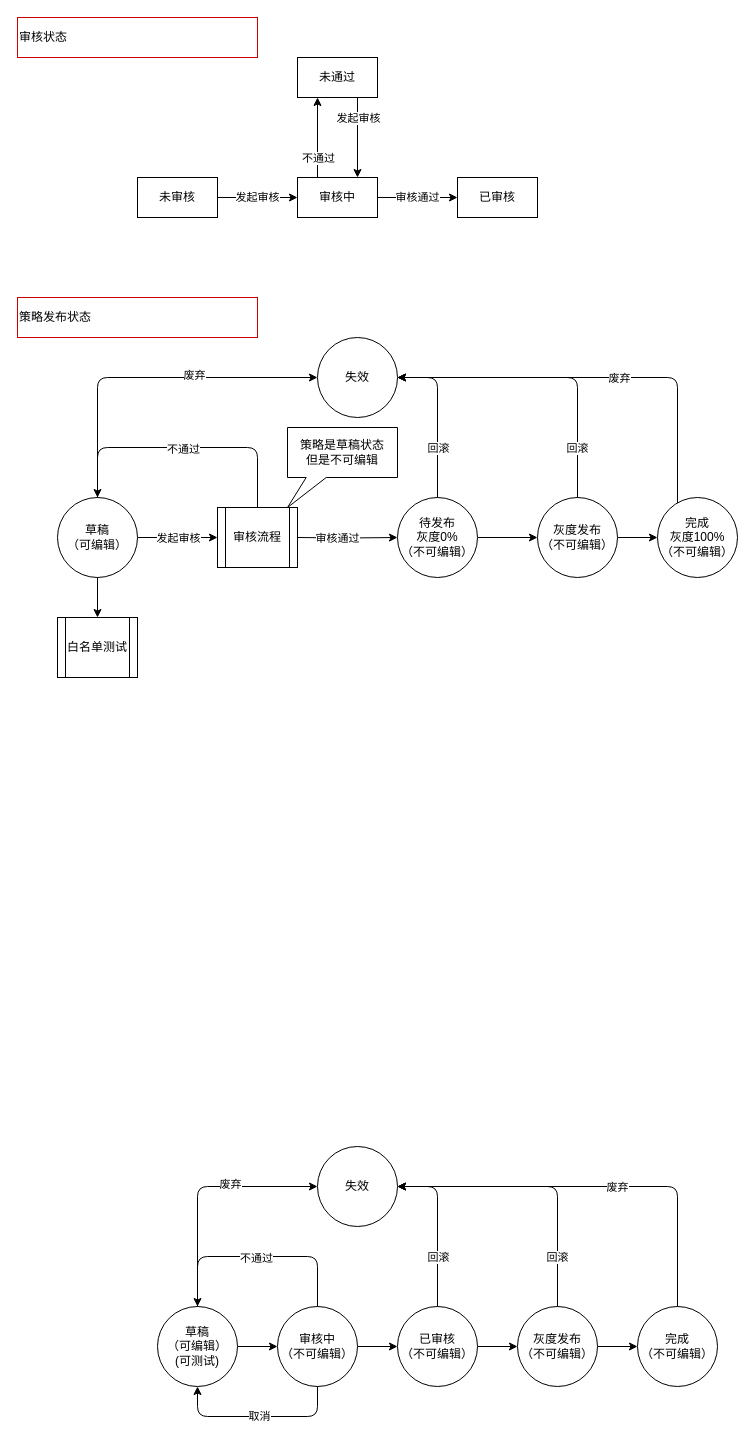
Before: Untitled Diagram.drawio in Wang-Jun-Chao/diagrams, a draw.io diagram. Source tidied: cells renumbered, new cells numbered last; positions are measured from the earlier drawing's top-left corner, leaving out a move shared by most shapes. Both pictures are drawn from the tidied source at 100%, with x=0, y=0 at pixel (17, 17).
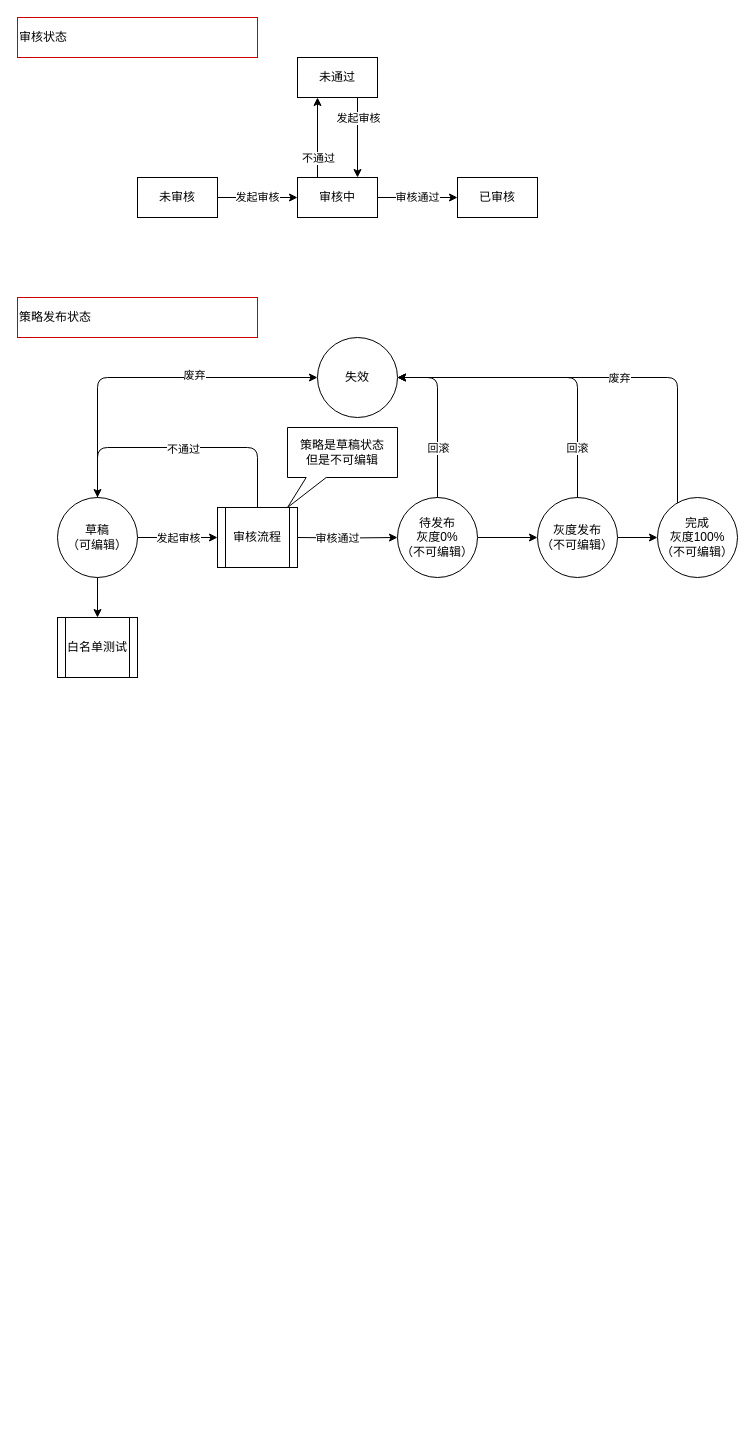
After the change.

The edit, as a diff of the source:
```diff
@@
-    <mxCell id="28" style="edgeStyle=orthogonalEdgeStyle;rounded=0;jettySize=auto;html=1;" parent="1" edge="1" source="29" target="31">
-      <mxGeometry relative="1" as="geometry" />
-    </mxCell>
-    <mxCell id="29" value="草稿&lt;br&gt;（可编辑）&lt;br&gt;(可测试)" style="ellipse;whiteSpace=wrap;html=1;" parent="1" vertex="1">
-      <mxGeometry x="140" y="1289" width="80" height="80" as="geometry" />
-    </mxCell>
-    <mxCell id="30" style="edgeStyle=orthogonalEdgeStyle;rounded=0;jettySize=auto;html=1;" parent="1" edge="1" source="31" target="33">
-      <mxGeometry relative="1" as="geometry" />
-    </mxCell>
-    <mxCell id="31" value="审核中&lt;br&gt;（不可编辑）" style="ellipse;whiteSpace=wrap;html=1;" parent="1" vertex="1">
-      <mxGeometry x="260" y="1289" width="80" height="80" as="geometry" />
-    </mxCell>
-    <mxCell id="32" style="edgeStyle=orthogonalEdgeStyle;rounded=0;jettySize=auto;html=1;" parent="1" edge="1" source="33" target="35">
-      <mxGeometry relative="1" as="geometry" />
-    </mxCell>
-    <mxCell id="33" value="已审核&lt;br&gt;（不可编辑）" style="ellipse;whiteSpace=wrap;html=1;" parent="1" vertex="1">
-      <mxGeometry x="380" y="1289" width="80" height="80" as="geometry" />
-    </mxCell>
-    <mxCell id="34" style="edgeStyle=orthogonalEdgeStyle;rounded=0;jettySize=auto;html=1;" parent="1" edge="1" source="35" target="36">
-      <mxGeometry relative="1" as="geometry" />
-    </mxCell>
-    <mxCell id="35" value="灰度发布&lt;br&gt;（不可编辑）" style="ellipse;whiteSpace=wrap;html=1;" parent="1" vertex="1">
-      <mxGeometry x="500" y="1289" width="80" height="80" as="geometry" />
-    </mxCell>
-    <mxCell id="36" value="完成&lt;br&gt;（不可编辑）" style="ellipse;whiteSpace=wrap;html=1;" parent="1" vertex="1">
-      <mxGeometry x="620" y="1289" width="80" height="80" as="geometry" />
-    </mxCell>
-    <mxCell id="37" value="失效" style="ellipse;whiteSpace=wrap;html=1;" parent="1" vertex="1">
-      <mxGeometry x="300" y="1129" width="80" height="80" as="geometry" />
-    </mxCell>
-    <mxCell id="38" style="endArrow=classic;html=1;edgeStyle=orthogonalEdgeStyle;entryX=0;entryY=0.5;entryDx=0;entryDy=0;exitX=0.5;exitY=0;exitDx=0;exitDy=0;" parent="1" edge="1" source="29" target="37">
-      <mxGeometry relative="1" as="geometry">
-        <Array as="points">
-          <mxPoint x="180" y="1169" />
-        </Array>
-      </mxGeometry>
-    </mxCell>
-    <mxCell id="39" value="废弃" style="edgeLabel;html=1;align=center;verticalAlign=middle;" parent="38" vertex="1">
-      <mxGeometry x="0.27" y="3" relative="1" as="geometry" />
-    </mxCell>
-    <mxCell id="40" style="endArrow=classic;html=1;entryX=1;entryY=0.5;entryDx=0;entryDy=0;edgeStyle=orthogonalEdgeStyle;" parent="1" edge="1" source="36" target="37">
-      <mxGeometry relative="1" as="geometry">
-        <Array as="points">
-          <mxPoint x="660" y="1169" />
-        </Array>
-      </mxGeometry>
-    </mxCell>
-    <mxCell id="41" value="废弃" style="edgeLabel;html=1;align=center;verticalAlign=middle;" parent="40" vertex="1">
-      <mxGeometry x="0.14" relative="1" as="geometry">
-        <mxPoint x="47" as="offset" />
-      </mxGeometry>
-    </mxCell>
-    <mxCell id="42" style="endArrow=classic;html=1;edgeStyle=orthogonalEdgeStyle;exitX=0.5;exitY=0;exitDx=0;exitDy=0;" parent="1" edge="1">
-      <mxGeometry relative="1" as="geometry">
-        <mxPoint x="300" y="1289" as="sourcePoint" />
-        <mxPoint x="180" y="1289" as="targetPoint" />
-        <Array as="points">
-          <mxPoint x="300" y="1239" />
-          <mxPoint x="180" y="1239" />
-        </Array>
-      </mxGeometry>
-    </mxCell>
-    <mxCell id="43" value="不通过" style="edgeLabel;html=1;align=center;verticalAlign=middle;" parent="42" vertex="1">
-      <mxGeometry x="0.02" y="1" relative="1" as="geometry" />
-    </mxCell>
-    <mxCell id="44" style="endArrow=classic;html=1;edgeStyle=orthogonalEdgeStyle;entryX=1;entryY=0.5;entryDx=0;entryDy=0;" parent="1" edge="1" target="37">
-      <mxGeometry relative="1" as="geometry">
-        <mxPoint x="540" y="1289" as="sourcePoint" />
-        <Array as="points">
-          <mxPoint x="540" y="1169" />
-        </Array>
-      </mxGeometry>
-    </mxCell>
-    <mxCell id="45" value="回滚" style="edgeLabel;html=1;align=center;verticalAlign=middle;" parent="44" vertex="1">
-      <mxGeometry x="-0.03" y="2" relative="1" as="geometry">
-        <mxPoint x="15" y="68" as="offset" />
-      </mxGeometry>
-    </mxCell>
-    <mxCell id="46" style="endArrow=classic;html=1;entryX=0.5;entryY=1;entryDx=0;entryDy=0;edgeStyle=orthogonalEdgeStyle;" parent="1" edge="1" target="29">
-      <mxGeometry relative="1" as="geometry">
-        <mxPoint x="300" y="1369" as="sourcePoint" />
-        <Array as="points">
-          <mxPoint x="300" y="1399" />
-          <mxPoint x="180" y="1399" />
-        </Array>
-      </mxGeometry>
-    </mxCell>
-    <mxCell id="47" value="取消" style="edgeLabel;html=1;align=center;verticalAlign=middle;" parent="46" vertex="1">
-      <mxGeometry x="-0.01" y="-1" relative="1" as="geometry" />
-    </mxCell>
-    <mxCell id="48" style="endArrow=classic;html=1;edgeStyle=orthogonalEdgeStyle;entryX=1;entryY=0.5;entryDx=0;entryDy=0;" parent="1" edge="1" target="37">
-      <mxGeometry relative="1" as="geometry">
-        <mxPoint x="420" y="1289" as="sourcePoint" />
-        <Array as="points">
-          <mxPoint x="420" y="1169" />
-        </Array>
-      </mxGeometry>
-    </mxCell>
-    <mxCell id="49" value="回滚" style="edgeLabel;html=1;align=center;verticalAlign=middle;" parent="48" vertex="1">
-      <mxGeometry x="-0.3" relative="1" as="geometry">
-        <mxPoint y="6" as="offset" />
-      </mxGeometry>
-    </mxCell>
```
